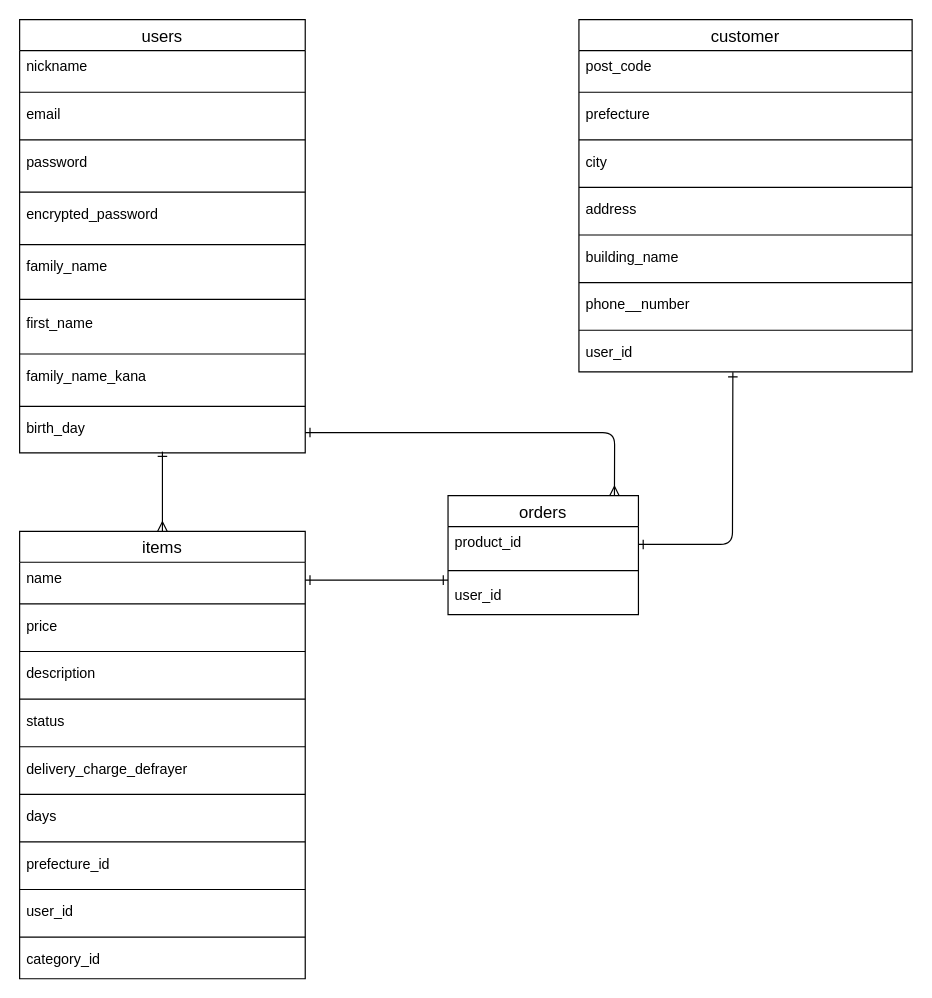
This is furima.dio from dadadasouta/furima-38457, a draw.io file, before an edit. Source tidied: cells renumbered, new cells numbered last; positions are measured from the earlier drawing's top-left corner, leaving out a move shared by most shapes. Both pictures are drawn from the tidied source at 119%, with x=0, y=0 at pixel (19, 19).
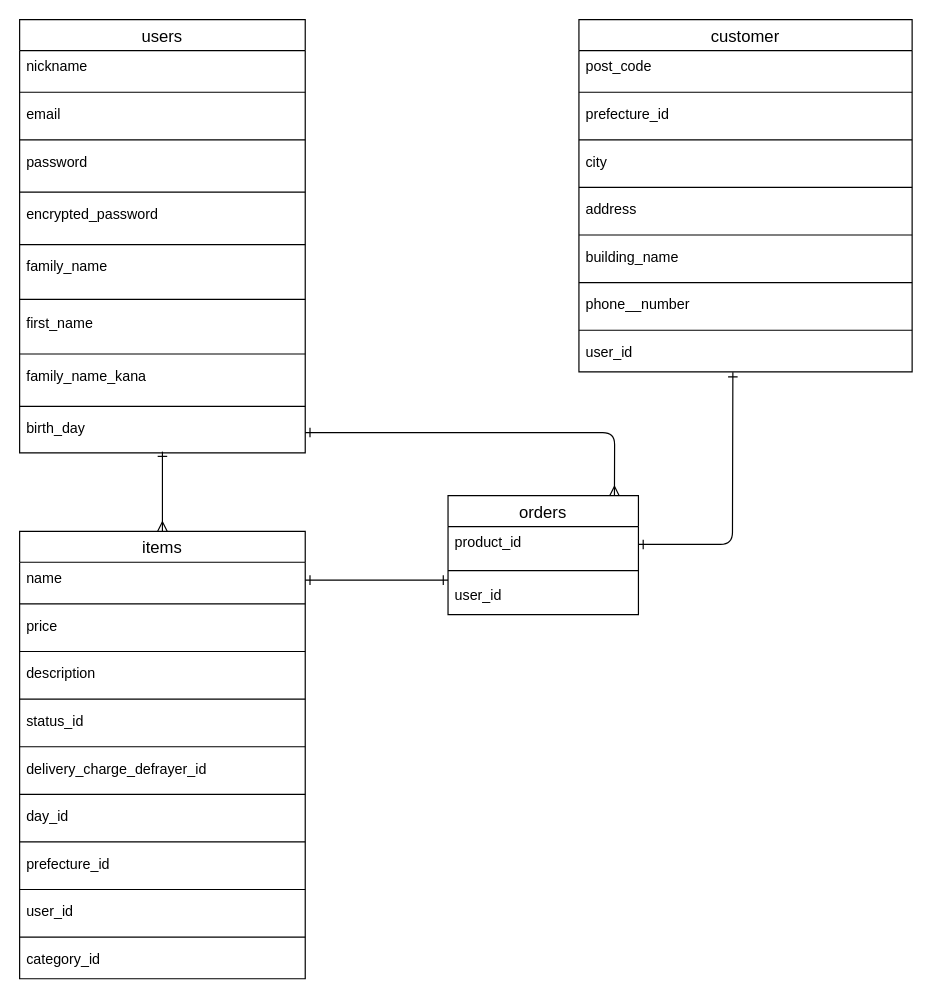
After the change.

Commit message (it also covers changes not shown here):
データベース設計５

Unchanged cells that the change refers to:
```xml
<mxCell id="19" value="items" style="swimlane;fontStyle=0;horizontal=1;startSize=26;align=center;fontSize=14;" parent="1" vertex="1">
  <mxGeometry y="430" width="240" height="376" as="geometry" />
</mxCell>
<mxCell id="37" value="customer" style="swimlane;fontStyle=0;horizontal=1;startSize=26;align=center;fontSize=14;" parent="1" vertex="1">
  <mxGeometry x="470" width="280" height="296" as="geometry" />
</mxCell>
```

The edit, as a diff of the source:
```diff
@@
-    <mxCell id="26" value="status" style="text;strokeColor=none;fillColor=none;spacingLeft=4;spacingRight=4;overflow=hidden;fontSize=12;" parent="19" vertex="1">
+    <mxCell id="26" value="status_id" style="text;strokeColor=none;fillColor=none;spacingLeft=4;spacingRight=4;overflow=hidden;fontSize=12;" parent="19" vertex="1">
       <mxGeometry y="146" width="240" height="30" as="geometry" />
     </mxCell>
@@
-    <mxCell id="28" value="delivery_charge_defrayer" style="text;strokeColor=none;fillColor=none;spacingLeft=4;spacingRight=4;overflow=hidden;fontSize=12;" parent="19" vertex="1">
+    <mxCell id="28" value="delivery_charge_defrayer_id" style="text;strokeColor=none;fillColor=none;spacingLeft=4;spacingRight=4;overflow=hidden;fontSize=12;" parent="19" vertex="1">
       <mxGeometry y="186" width="240" height="30" as="geometry" />
     </mxCell>
@@
-    <mxCell id="30" value="days" style="text;strokeColor=none;fillColor=none;spacingLeft=4;spacingRight=4;overflow=hidden;fontSize=12;" parent="19" vertex="1">
+    <mxCell id="30" value="day_id" style="text;strokeColor=none;fillColor=none;spacingLeft=4;spacingRight=4;overflow=hidden;fontSize=12;" parent="19" vertex="1">
       <mxGeometry y="226" width="240" height="30" as="geometry" />
     </mxCell>
@@
-    <mxCell id="40" value="prefecture" style="text;strokeColor=none;fillColor=none;spacingLeft=4;spacingRight=4;overflow=hidden;fontSize=12;" parent="37" vertex="1">
+    <mxCell id="40" value="prefecture_id" style="text;strokeColor=none;fillColor=none;spacingLeft=4;spacingRight=4;overflow=hidden;fontSize=12;" parent="37" vertex="1">
       <mxGeometry y="66" width="280" height="30" as="geometry" />
     </mxCell>
```
